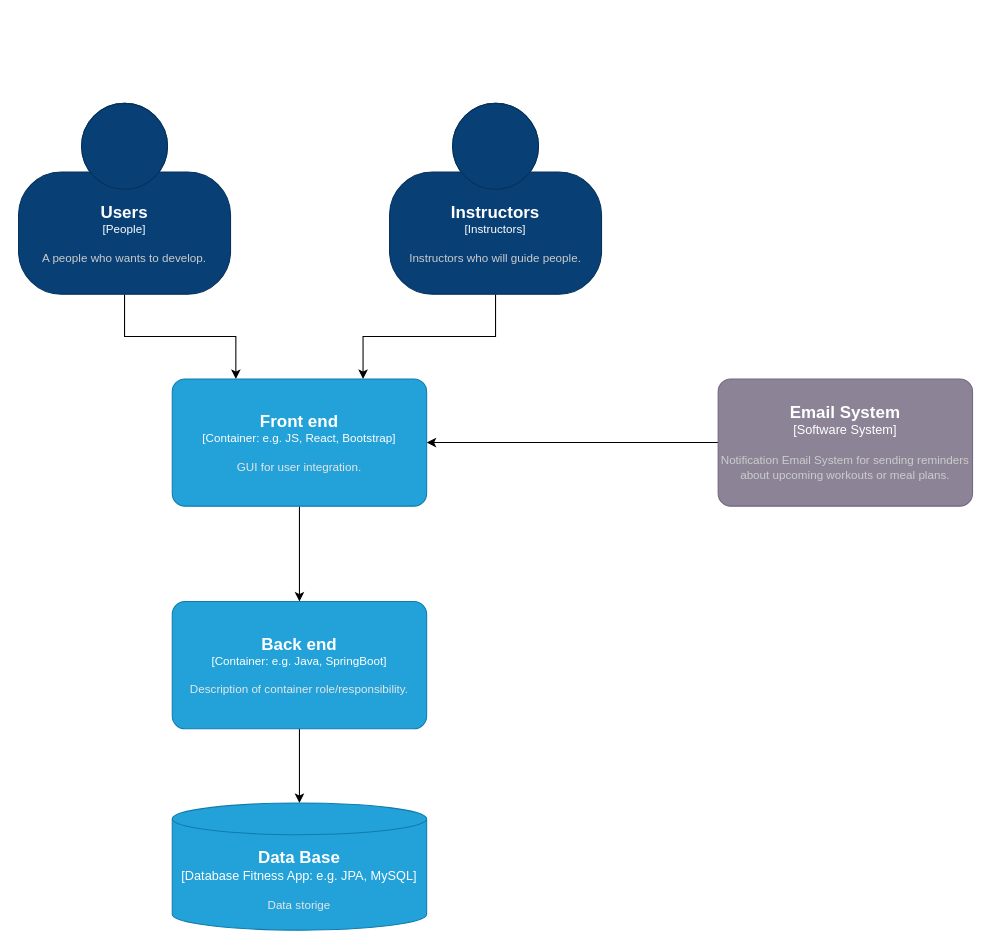
Above: page "C2 Containers" (2 of 3) of C4 Diagram/FitnessAppDiagram.drawio in AtanasDimitrov12/FitnessApp-Backend (draw.io), before the change. Source tidied: cells renumbered, new cells numbered last; positions are measured from the earlier drawing's top-left corner, leaving out a move shared by most shapes. Both pictures are drawn from the tidied source at 106%, with x=0, y=0 at pixel (18, 103).
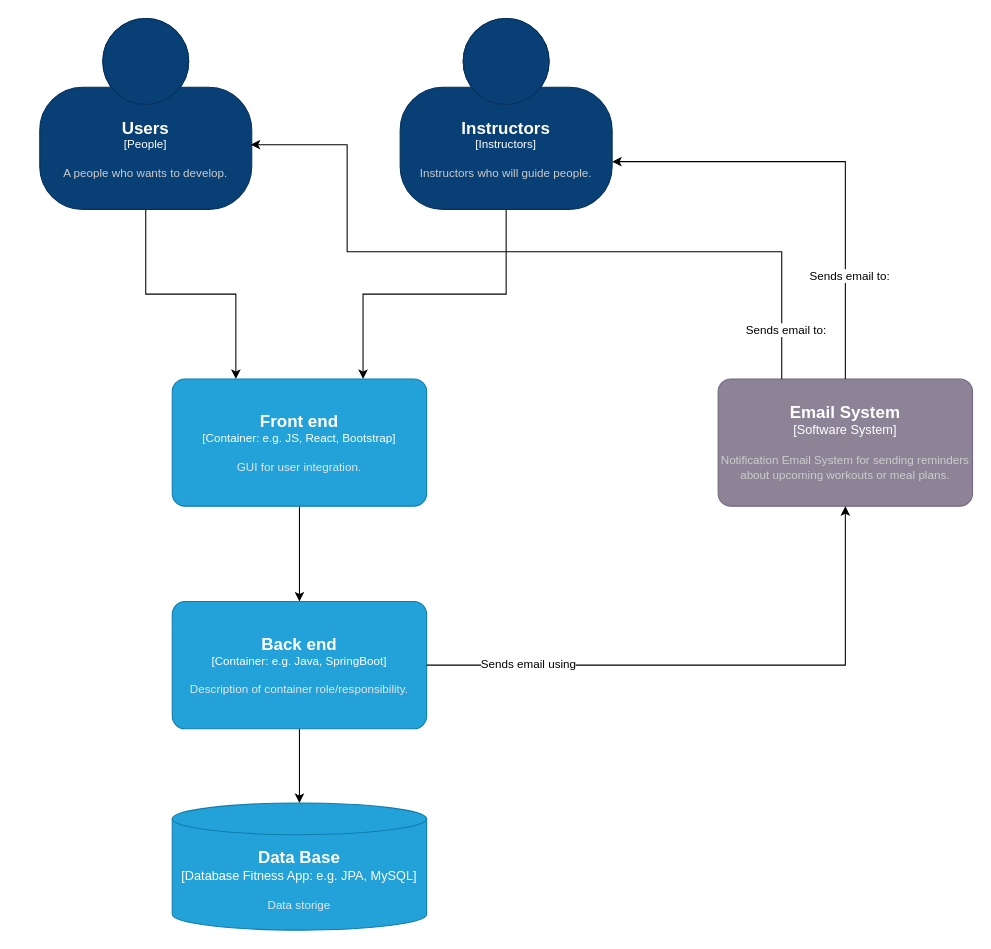
The same page after the edit.

The change refers to these unchanged cells:
```xml
<object id="7" label="&lt;font style=&quot;font-size: 16px&quot;&gt;&lt;b&gt;%c4Name%&lt;/b&gt;&lt;/font&gt;&lt;div&gt;[%c4Type%]&lt;/div&gt;&lt;br&gt;&lt;div&gt;&lt;font style=&quot;font-size: 11px&quot;&gt;&lt;font color=&quot;#cccccc&quot;&gt;%c4Description%&lt;/font&gt;&lt;/div&gt;" c4Description="Notification Email System for sending reminders about upcoming workouts or meal plans." c4Name="Email System" c4Type="Software System" placeholders="1">
  <mxCell style="rounded=1;whiteSpace=wrap;html=1;labelBackgroundColor=none;fillColor=#8C8496;fontColor=#ffffff;align=center;arcSize=10;strokeColor=#736782;points=[[0.25,0,0],[0.5,0,0],[0.75,0,0],[1,0.25,0],[1,0.5,0],[1,0.75,0],[0.75,1,0],[0.5,1,0],[0.25,1,0],[0,0.75,0],[0,0.5,0],[0,0.25,0]];" parent="1" vertex="1">
    <mxGeometry x="660" y="260" width="240" height="120" as="geometry" />
  </mxCell>
</object>
<object id="9" label="&lt;font style=&quot;font-size: 16px&quot;&gt;&lt;b&gt;%c4Name%&lt;/b&gt;&lt;/font&gt;&lt;div&gt;[%c4Type%: %c4Technology%]&lt;/div&gt;&lt;br&gt;&lt;div&gt;&lt;font style=&quot;font-size: 11px&quot;&gt;&lt;font color=&quot;#E6E6E6&quot;&gt;%c4Description%&lt;/font&gt;&lt;/div&gt;" c4Description="GUI for user integration." c4Name="Front end" c4Technology="e.g. JS, React, Bootstrap" c4Type="Container" placeholders="1">
  <mxCell style="rounded=1;whiteSpace=wrap;html=1;fontSize=11;labelBackgroundColor=none;fillColor=#23A2D9;fontColor=#ffffff;align=center;arcSize=10;strokeColor=#0E7DAD;points=[[0.25,0,0],[0.5,0,0],[0.75,0,0],[1,0.25,0],[1,0.5,0],[1,0.75,0],[0.75,1,0],[0.5,1,0],[0.25,1,0],[0,0.75,0],[0,0.5,0],[0,0.25,0]];" parent="1" vertex="1">
    <mxGeometry x="145" y="260" width="240" height="120" as="geometry" />
  </mxCell>
</object>
<object id="11" label="&lt;font style=&quot;font-size: 16px&quot;&gt;&lt;b&gt;%c4Name%&lt;/b&gt;&lt;/font&gt;&lt;div&gt;[%c4Type%: %c4Technology%]&lt;/div&gt;&lt;br&gt;&lt;div&gt;&lt;font style=&quot;font-size: 11px&quot;&gt;&lt;font color=&quot;#E6E6E6&quot;&gt;%c4Description%&lt;/font&gt;&lt;/div&gt;" c4Description="Description of container role/responsibility." c4Name="Back end" c4Technology="e.g. Java, SpringBoot" c4Type="Container" placeholders="1">
  <mxCell style="rounded=1;whiteSpace=wrap;html=1;fontSize=11;labelBackgroundColor=none;fillColor=#23A2D9;fontColor=#ffffff;align=center;arcSize=10;strokeColor=#0E7DAD;points=[[0.25,0,0],[0.5,0,0],[0.75,0,0],[1,0.25,0],[1,0.5,0],[1,0.75,0],[0.75,1,0],[0.5,1,0],[0.25,1,0],[0,0.75,0],[0,0.5,0],[0,0.25,0]];" parent="1" vertex="1">
    <mxGeometry x="145" y="470" width="240" height="120" as="geometry" />
  </mxCell>
</object>
```

Change to the diagram source:
```diff
@@
     <object id="3" label="&lt;font style=&quot;font-size: 16px&quot;&gt;&lt;b&gt;%c4Name%&lt;/b&gt;&lt;/font&gt;&lt;div&gt;[%c4Type%]&lt;/div&gt;&lt;br&gt;&lt;div&gt;&lt;font style=&quot;font-size: 11px&quot;&gt;&lt;font color=&quot;#cccccc&quot;&gt;%c4Description%&lt;/font&gt;&lt;/div&gt;" c4Description="A people who wants to develop." c4Name="Users" c4Type="People" placeholders="1">
       <mxCell style="html=1;fontSize=11;dashed=0;whiteSpace=wrap;fillColor=#083F75;strokeColor=#06315C;fontColor=#ffffff;shape=mxgraph.c4.person2;align=center;points=[[0.5,0,0],[1,0.5,0],[1,0.75,0],[0.75,1,0],[0.5,1,0],[0.25,1,0],[0,0.75,0],[0,0.5,0]];" parent="1" vertex="1">
-        <mxGeometry width="200" height="180" as="geometry" />
+        <mxGeometry x="20" y="-80" width="200" height="180" as="geometry" />
       </mxCell>
     </object>
@@
     <object id="5" label="&lt;font style=&quot;font-size: 16px&quot;&gt;&lt;b&gt;%c4Name%&lt;/b&gt;&lt;/font&gt;&lt;div&gt;[%c4Type%]&lt;/div&gt;&lt;br&gt;&lt;div&gt;&lt;font style=&quot;font-size: 11px&quot;&gt;&lt;font color=&quot;#cccccc&quot;&gt;%c4Description%&lt;/font&gt;&lt;/div&gt;" c4Description="Instructors who will guide people." c4Name="Instructors" c4Type="Instructors" placeholders="1">
       <mxCell style="html=1;fontSize=11;dashed=0;whiteSpace=wrap;fillColor=#083F75;strokeColor=#06315C;fontColor=#ffffff;shape=mxgraph.c4.person2;align=center;points=[[0.5,0,0],[1,0.5,0],[1,0.75,0],[0.75,1,0],[0.5,1,0],[0.25,1,0],[0,0.75,0],[0,0.5,0]];" parent="1" vertex="1">
-        <mxGeometry x="350" width="200" height="180" as="geometry" />
+        <mxGeometry x="360" y="-80" width="200" height="180" as="geometry" />
       </mxCell>
     </object>
-    <mxCell id="6" style="edgeStyle=orthogonalEdgeStyle;rounded=0;jettySize=auto;html=1;exitX=0;exitY=0.5;exitDx=0;exitDy=0;exitPerimeter=0;entryX=1;entryY=0.5;entryDx=0;entryDy=0;entryPerimeter=0;" parent="1" edge="1" source="7" target="9">
-      <mxGeometry relative="1" as="geometry" />
-    </mxCell>
@@
+    <mxCell id="13" style="edgeStyle=orthogonalEdgeStyle;rounded=0;jettySize=auto;html=1;exitX=0.5;exitY=0;exitDx=0;exitDy=0;exitPerimeter=0;entryX=1;entryY=0.75;entryDx=0;entryDy=0;entryPerimeter=0;" parent="1" edge="1" source="7" target="5">
+      <mxGeometry relative="1" as="geometry" />
+    </mxCell>
+    <mxCell id="14" value="Sends email to:" style="edgeLabel;html=1;align=center;verticalAlign=middle;" parent="13" vertex="1">
+      <mxGeometry x="-0.54" y="-3" relative="1" as="geometry" />
+    </mxCell>
+    <mxCell id="15" style="edgeStyle=orthogonalEdgeStyle;rounded=0;jettySize=auto;html=1;exitX=0.25;exitY=0;exitDx=0;exitDy=0;exitPerimeter=0;entryX=0.995;entryY=0.661;entryDx=0;entryDy=0;entryPerimeter=0;" parent="1" edge="1" source="7" target="3">
+      <mxGeometry relative="1" as="geometry">
+        <Array as="points">
+          <mxPoint x="720" y="140" />
+          <mxPoint x="310" y="140" />
+          <mxPoint x="310" y="39" />
+        </Array>
+      </mxGeometry>
+    </mxCell>
+    <mxCell id="16" value="Sends email to:" style="edgeLabel;html=1;align=center;verticalAlign=middle;" parent="15" vertex="1">
+      <mxGeometry x="-0.87" y="-3" relative="1" as="geometry" />
+    </mxCell>
+    <mxCell id="17" style="edgeStyle=orthogonalEdgeStyle;rounded=0;jettySize=auto;html=1;exitX=1;exitY=0.5;exitDx=0;exitDy=0;exitPerimeter=0;entryX=0.5;entryY=1;entryDx=0;entryDy=0;entryPerimeter=0;" parent="1" edge="1" source="11" target="7">
+      <mxGeometry relative="1" as="geometry" />
+    </mxCell>
+    <mxCell id="18" value="Sends email using" style="edgeLabel;html=1;align=center;verticalAlign=middle;" parent="17" vertex="1">
+      <mxGeometry x="-0.65" y="2" relative="1" as="geometry" />
+    </mxCell>
```
